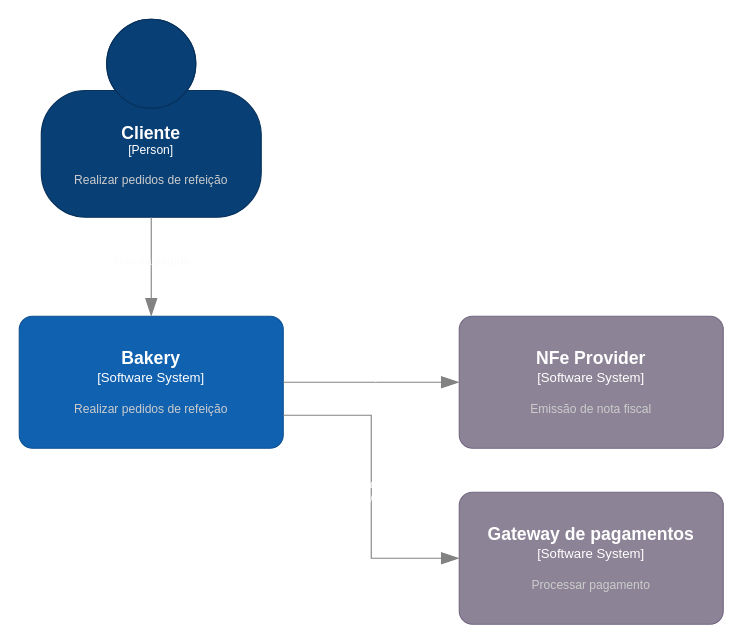
Above: page "software system" (1 of 2) of docs/c4/Bakery.drawio in juniorcamargo/Bakery (draw.io), before the change. Source tidied: cells renumbered, new cells numbered last; positions are measured from the earlier drawing's top-left corner, leaving out a move shared by most shapes. Both pictures are drawn from the tidied source at 110%, with x=0, y=0 at pixel (19, 19).
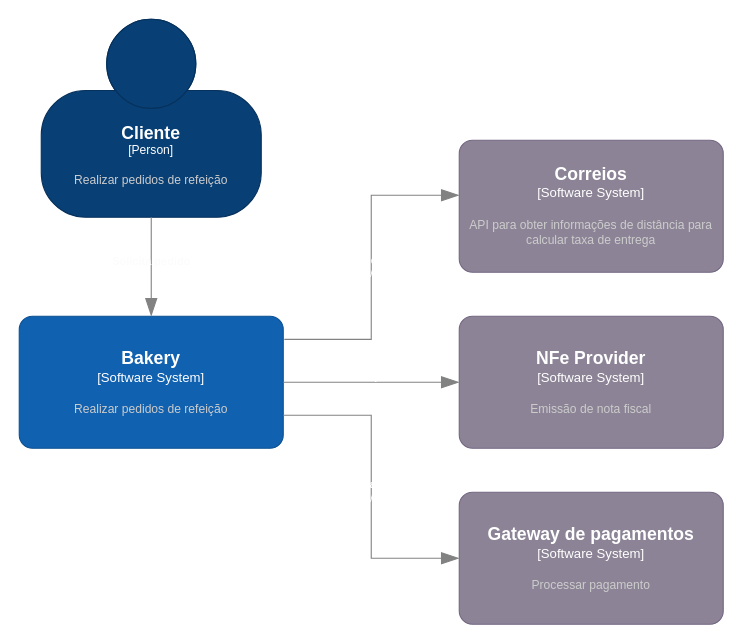
After the change.

What changed in the source:
```diff
@@
 <mxGraphModel>
   <root>
     <mxCell id="0" />
     <mxCell id="1" parent="0" />
     <object id="2" label="&lt;font style=&quot;font-size: 16px&quot;&gt;&lt;b&gt;%c4Name%&lt;/b&gt;&lt;/font&gt;&lt;div&gt;[%c4Type%]&lt;/div&gt;&lt;br&gt;&lt;div&gt;&lt;font style=&quot;font-size: 11px&quot;&gt;&lt;font color=&quot;#cccccc&quot;&gt;%c4Description%&lt;/font&gt;&lt;/div&gt;" c4Description="Realizar pedidos de refeição" c4Name="Bakery" c4Type="Software System" placeholders="1">
       <mxCell style="rounded=1;whiteSpace=wrap;html=1;labelBackgroundColor=none;fillColor=#1061B0;fontColor=#ffffff;align=center;arcSize=10;strokeColor=#0D5091;points=[[0.25,0,0],[0.5,0,0],[0.75,0,0],[1,0.25,0],[1,0.5,0],[1,0.75,0],[0.75,1,0],[0.5,1,0],[0.25,1,0],[0,0.75,0],[0,0.5,0],[0,0.25,0]];" parent="1" vertex="1">
         <mxGeometry y="270" width="240" height="120" as="geometry" />
       </mxCell>
     </object>
     <object id="3" label="&lt;font style=&quot;font-size: 16px&quot;&gt;&lt;b&gt;%c4Name%&lt;/b&gt;&lt;/font&gt;&lt;div&gt;[%c4Type%]&lt;/div&gt;&lt;br&gt;&lt;div&gt;&lt;font style=&quot;font-size: 11px&quot;&gt;&lt;font color=&quot;#cccccc&quot;&gt;%c4Description%&lt;/font&gt;&lt;/div&gt;" c4Description="Emissão de nota fiscal" c4Name="NFe Provider" c4Type="Software System" placeholders="1">
       <mxCell style="rounded=1;whiteSpace=wrap;html=1;labelBackgroundColor=none;fillColor=#8C8496;fontColor=#ffffff;align=center;arcSize=10;strokeColor=#736782;points=[[0.25,0,0],[0.5,0,0],[0.75,0,0],[1,0.25,0],[1,0.5,0],[1,0.75,0],[0.75,1,0],[0.5,1,0],[0.25,1,0],[0,0.75,0],[0,0.5,0],[0,0.25,0]];" parent="1" vertex="1">
         <mxGeometry x="400" y="270" width="240" height="120" as="geometry" />
       </mxCell>
     </object>
     <object id="4" label="&lt;font style=&quot;font-size: 16px&quot;&gt;&lt;b&gt;%c4Name%&lt;/b&gt;&lt;/font&gt;&lt;div&gt;[%c4Type%]&lt;/div&gt;&lt;br&gt;&lt;div&gt;&lt;font style=&quot;font-size: 11px&quot;&gt;&lt;font color=&quot;#cccccc&quot;&gt;%c4Description%&lt;/font&gt;&lt;/div&gt;" c4Description="Processar pagamento" c4Name="Gateway de pagamentos" c4Type="Software System" placeholders="1">
       <mxCell style="rounded=1;whiteSpace=wrap;html=1;labelBackgroundColor=none;fillColor=#8C8496;fontColor=#ffffff;align=center;arcSize=10;strokeColor=#736782;points=[[0.25,0,0],[0.5,0,0],[0.75,0,0],[1,0.25,0],[1,0.5,0],[1,0.75,0],[0.75,1,0],[0.5,1,0],[0.25,1,0],[0,0.75,0],[0,0.5,0],[0,0.25,0]];" parent="1" vertex="1">
         <mxGeometry x="400" y="430" width="240" height="120" as="geometry" />
       </mxCell>
     </object>
     <object id="5" label="&lt;font style=&quot;font-size: 16px&quot;&gt;&lt;b&gt;%c4Name%&lt;/b&gt;&lt;/font&gt;&lt;div&gt;[%c4Type%]&lt;/div&gt;&lt;br&gt;&lt;div&gt;&lt;font style=&quot;font-size: 11px&quot;&gt;&lt;font color=&quot;#cccccc&quot;&gt;%c4Description%&lt;/font&gt;&lt;/div&gt;" c4Description="Realizar pedidos de refeição" c4Name="Cliente" c4Type="Person" placeholders="1">
       <mxCell style="html=1;fontSize=11;dashed=0;whiteSpace=wrap;fillColor=#083F75;strokeColor=#06315C;fontColor=#ffffff;shape=mxgraph.c4.person2;align=center;points=[[0.5,0,0],[1,0.5,0],[1,0.75,0],[0.75,1,0],[0.5,1,0],[0.25,1,0],[0,0.75,0],[0,0.5,0]];" parent="1" vertex="1">
         <mxGeometry x="20" width="200" height="180" as="geometry" />
       </mxCell>
     </object>
     <object id="6" label="&lt;div style=&quot;text-align: left&quot;&gt;&lt;div style=&quot;text-align: center&quot;&gt;&lt;b&gt;%c4Description%&lt;/b&gt;&lt;/div&gt;&lt;div style=&quot;text-align: center&quot;&gt;[%c4Technology%]&lt;/div&gt;&lt;/div&gt;" c4Description="Envia dados para receita" c4Technology="JSON/HTTP" placeholders="1">
       <mxCell style="endArrow=blockThin;html=1;fontSize=10;fontColor=#FFFFFF;strokeWidth=1;endFill=1;strokeColor=#828282;elbow=vertical;endSize=14;startSize=14;jumpStyle=arc;jumpSize=16;rounded=0;edgeStyle=orthogonalEdgeStyle;exitX=1;exitY=0.5;exitDx=0;exitDy=0;exitPerimeter=0;entryX=0;entryY=0.5;entryDx=0;entryDy=0;entryPerimeter=0;labelBackgroundColor=none;" parent="1" edge="1" source="2" target="3">
         <mxGeometry relative="1" as="geometry" />
       </mxCell>
     </object>
     <object id="7" label="&lt;div style=&quot;text-align: left&quot;&gt;&lt;div style=&quot;text-align: center&quot;&gt;&lt;b&gt;%c4Description%&lt;/b&gt;&lt;/div&gt;&lt;div style=&quot;text-align: center&quot;&gt;[%c4Technology%]&lt;/div&gt;&lt;/div&gt;" c4Description="Envia dados para pagamento" c4Technology="JSON/HTTP" placeholders="1">
       <mxCell style="endArrow=blockThin;html=1;fontSize=10;fontColor=#FFFFFF;strokeWidth=1;endFill=1;strokeColor=#828282;elbow=vertical;endSize=14;startSize=14;jumpStyle=arc;jumpSize=16;rounded=0;edgeStyle=orthogonalEdgeStyle;labelBackgroundColor=none;entryX=0;entryY=0.5;entryDx=0;entryDy=0;entryPerimeter=0;exitX=1;exitY=0.75;exitDx=0;exitDy=0;exitPerimeter=0;" parent="1" edge="1" source="2" target="4">
         <mxGeometry x="0.03" relative="1" as="geometry" />
       </mxCell>
     </object>
     <object id="8" label="&lt;div style=&quot;text-align: left&quot;&gt;&lt;div style=&quot;text-align: center&quot;&gt;&lt;b&gt;%c4Description%&lt;/b&gt;&lt;/div&gt;&lt;/div&gt;" c4Description="Solicita pedido" placeholders="1">
       <mxCell style="endArrow=blockThin;html=1;fontSize=10;fontColor=#FCFCFC;strokeWidth=1;endFill=1;strokeColor=#828282;elbow=vertical;endSize=14;startSize=14;jumpStyle=arc;jumpSize=16;rounded=0;edgeStyle=orthogonalEdgeStyle;labelBackgroundColor=none;entryX=0.5;entryY=0;entryDx=0;entryDy=0;entryPerimeter=0;exitX=0.5;exitY=1;exitDx=0;exitDy=0;exitPerimeter=0;" parent="1" edge="1" source="5" target="2">
         <mxGeometry x="-0.11" relative="1" as="geometry" />
       </mxCell>
     </object>
+    <object id="9" label="&lt;font style=&quot;font-size: 16px&quot;&gt;&lt;b&gt;%c4Name%&lt;/b&gt;&lt;/font&gt;&lt;div&gt;[%c4Type%]&lt;/div&gt;&lt;br&gt;&lt;div&gt;&lt;font style=&quot;font-size: 11px&quot;&gt;&lt;font color=&quot;#cccccc&quot;&gt;%c4Description%&lt;/font&gt;&lt;/div&gt;" c4Description="API para obter informações de distância para calcular taxa de entrega" c4Name="Correios" c4Type="Software System" placeholders="1">
+      <mxCell style="rounded=1;whiteSpace=wrap;html=1;labelBackgroundColor=none;fillColor=#8C8496;fontColor=#ffffff;align=center;arcSize=10;strokeColor=#736782;points=[[0.25,0,0],[0.5,0,0],[0.75,0,0],[1,0.25,0],[1,0.5,0],[1,0.75,0],[0.75,1,0],[0.5,1,0],[0.25,1,0],[0,0.75,0],[0,0.5,0],[0,0.25,0]];" parent="1" vertex="1">
+        <mxGeometry x="400" y="110" width="240" height="120" as="geometry" />
+      </mxCell>
+    </object>
+    <object id="10" label="&lt;div style=&quot;text-align: left&quot;&gt;&lt;div style=&quot;text-align: center&quot;&gt;&lt;b&gt;%c4Description%&lt;/b&gt;&lt;/div&gt;&lt;div style=&quot;text-align: center&quot;&gt;[%c4Technology%]&lt;/div&gt;&lt;/div&gt;" c4Description="Solicitar distância" c4Technology="JSON/HTTP" placeholders="1">
+      <mxCell style="endArrow=blockThin;html=1;fontSize=10;fontColor=#FFFFFF;strokeWidth=1;endFill=1;strokeColor=#828282;elbow=vertical;endSize=14;startSize=14;jumpStyle=arc;jumpSize=16;rounded=0;edgeStyle=orthogonalEdgeStyle;exitX=1.004;exitY=0.175;exitDx=0;exitDy=0;exitPerimeter=0;entryX=0;entryY=0.417;entryDx=0;entryDy=0;entryPerimeter=0;labelBackgroundColor=none;" parent="1" edge="1" source="2" target="9">
+        <mxGeometry relative="1" as="geometry" />
+      </mxCell>
+    </object>
   </root>
 </mxGraphModel>
```
